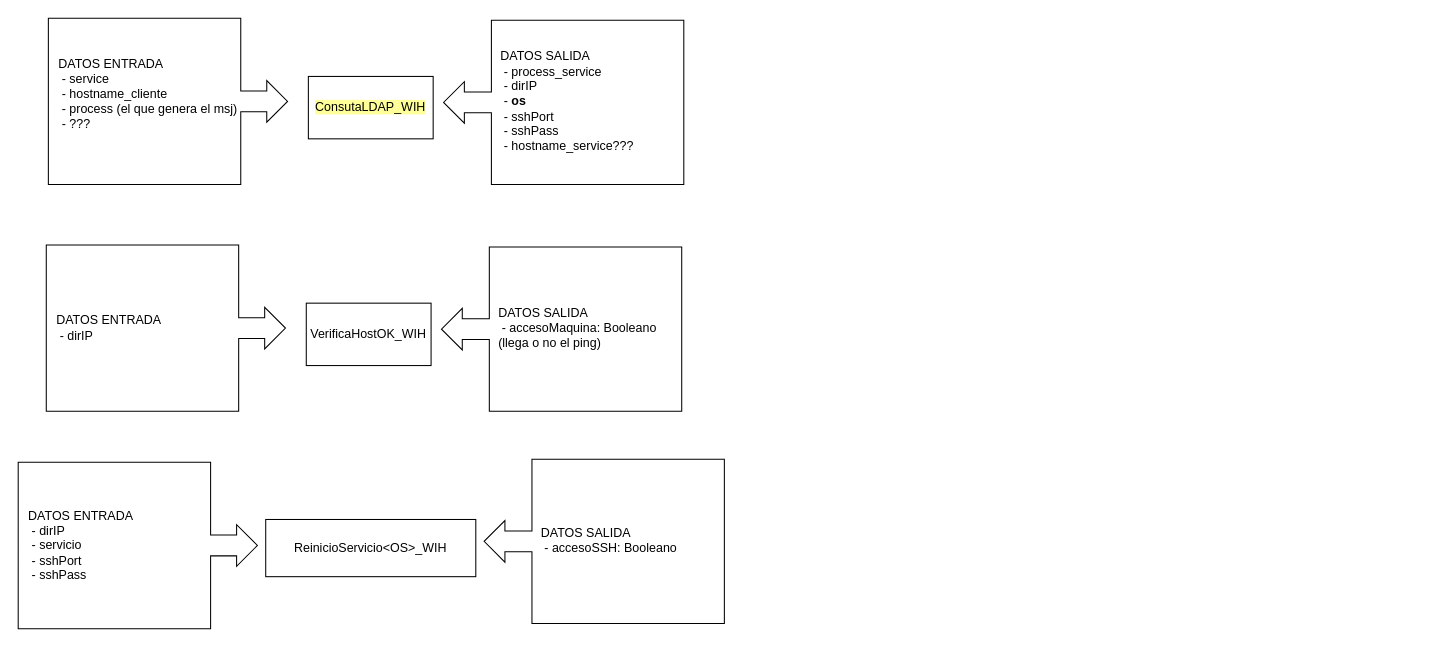
Earlier version of the draw.io diagram page "WIH" (3 of 3) of esquemaProcesos.drawio (MarianaReyesH/gestionRed). Source tidied: cells renumbered, new cells numbered last; positions are measured from the earlier drawing's top-left corner, leaving out a move shared by most shapes. Both pictures are drawn from the tidied source at 104%, with x=0, y=0 at pixel (18, 18).
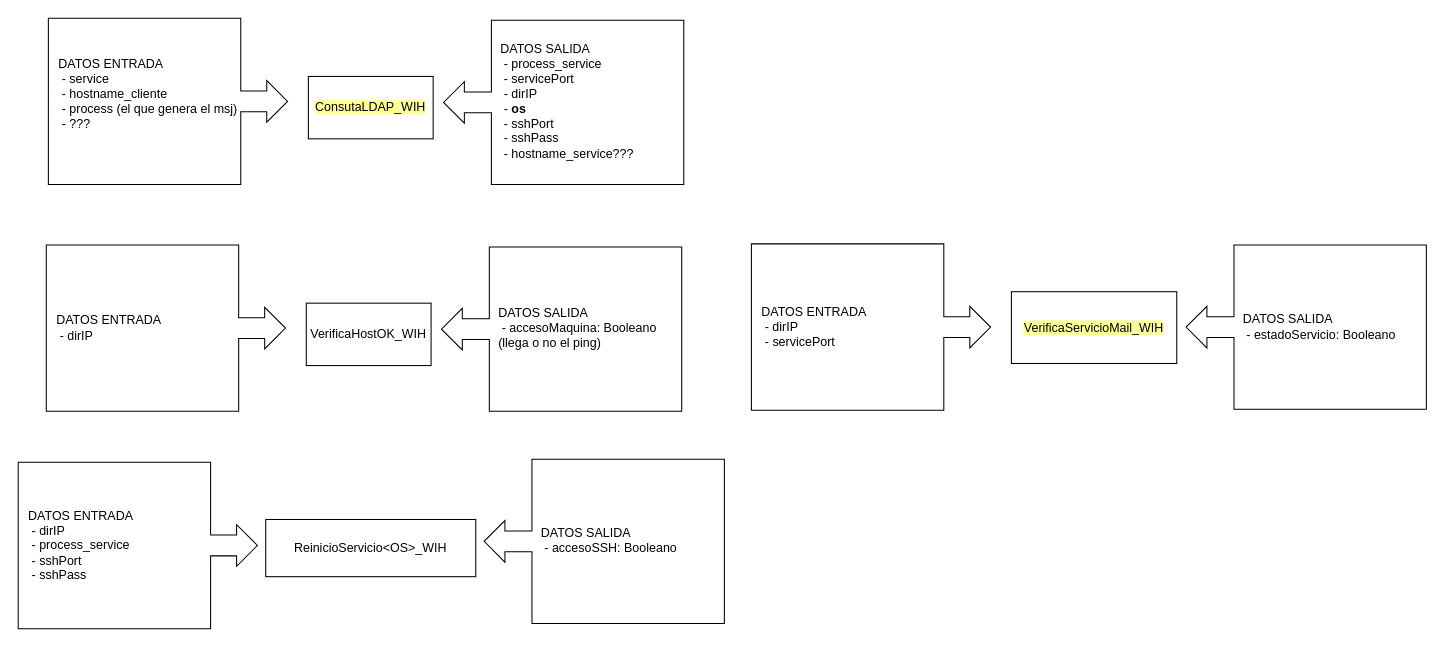
Above is the later version.

The edit, as a diff of the source:
```diff
@@
-    <mxCell id="6" value="DATOS SALIDA&lt;div&gt;&amp;nbsp;- process_service&lt;/div&gt;&lt;div&gt;&amp;nbsp;- dirIP&lt;/div&gt;&lt;div&gt;&amp;nbsp;-&amp;nbsp;&lt;b&gt;os&lt;/b&gt;&lt;br&gt;&lt;div&gt;&lt;span style=&quot;background-color: initial;&quot;&gt;&amp;nbsp;- sshPort&lt;/span&gt;&lt;br&gt;&lt;/div&gt;&lt;/div&gt;&lt;div&gt;&lt;span style=&quot;background-color: initial;&quot;&gt;&amp;nbsp;- sshPass&lt;/span&gt;&lt;/div&gt;&lt;div&gt;&lt;div&gt;&amp;nbsp;- hostname_service???&lt;/div&gt;&lt;/div&gt;" style="text;html=1;align=left;verticalAlign=middle;whiteSpace=wrap;rounded=0;" parent="1" vertex="1">
+    <mxCell id="6" value="DATOS SALIDA&lt;div&gt;&amp;nbsp;- process_service&lt;/div&gt;&lt;div&gt;&amp;nbsp;- servicePort&lt;/div&gt;&lt;div&gt;&amp;nbsp;- dirIP&lt;/div&gt;&lt;div&gt;&amp;nbsp;-&amp;nbsp;&lt;b&gt;os&lt;/b&gt;&lt;br&gt;&lt;div&gt;&lt;span style=&quot;background-color: initial;&quot;&gt;&amp;nbsp;- sshPort&lt;/span&gt;&lt;br&gt;&lt;/div&gt;&lt;/div&gt;&lt;div&gt;&lt;span style=&quot;background-color: initial;&quot;&gt;&amp;nbsp;- sshPass&lt;/span&gt;&lt;/div&gt;&lt;div&gt;&lt;div&gt;&amp;nbsp;- hostname_service???&lt;/div&gt;&lt;/div&gt;" style="text;html=1;align=left;verticalAlign=middle;whiteSpace=wrap;rounded=0;" parent="1" vertex="1">
       <mxGeometry x="462" width="184" height="159" as="geometry" />
     </mxCell>
@@
-    <mxCell id="14" value="DATOS ENTRADA&lt;div&gt;&amp;nbsp;- dirIP&lt;/div&gt;&lt;div&gt;&amp;nbsp;- servicio&lt;/div&gt;&lt;div&gt;&amp;nbsp;- sshPort&lt;/div&gt;&lt;div&gt;&amp;nbsp;- sshPass&lt;br&gt;&lt;/div&gt;" style="text;html=1;align=left;verticalAlign=middle;whiteSpace=wrap;rounded=0;" parent="1" vertex="1">
+    <mxCell id="14" value="DATOS ENTRADA&lt;div&gt;&amp;nbsp;- dirIP&lt;/div&gt;&lt;div&gt;&amp;nbsp;-&amp;nbsp;&lt;span style=&quot;background-color: initial;&quot;&gt;process_service&lt;/span&gt;&lt;/div&gt;&lt;div&gt;&amp;nbsp;- sshPort&lt;/div&gt;&lt;div&gt;&amp;nbsp;- sshPass&lt;br&gt;&lt;/div&gt;" style="text;html=1;align=left;verticalAlign=middle;whiteSpace=wrap;rounded=0;" parent="1" vertex="1">
       <mxGeometry x="8" y="427" width="184" height="159" as="geometry" />
     </mxCell>
@@
+    <mxCell id="17" value="&lt;div&gt;&lt;span style=&quot;background-color: rgb(255, 255, 153);&quot;&gt;VerificaServicioMail_WIH&lt;/span&gt;&lt;/div&gt;" style="rounded=0;whiteSpace=wrap;html=1;" parent="1" vertex="1">
+      <mxGeometry x="955" y="263" width="159" height="69" as="geometry" />
+    </mxCell>
+    <mxCell id="18" style="html=1;shadow=0;dashed=0;align=center;verticalAlign=middle;shape=mxgraph.arrows2.calloutArrow;dy=10;dx=20;notch=185;arrowHead=10;" parent="1" vertex="1">
+      <mxGeometry x="705" y="217" width="230" height="160" as="geometry" />
+    </mxCell>
+    <mxCell id="19" value="DATOS ENTRADA&lt;div&gt;&amp;nbsp;- dirIP&lt;/div&gt;&lt;div&gt;&amp;nbsp;-&amp;nbsp;&lt;span style=&quot;background-color: initial;&quot;&gt;servicePort&lt;/span&gt;&lt;/div&gt;" style="text;html=1;align=left;verticalAlign=middle;whiteSpace=wrap;rounded=0;" parent="1" vertex="1">
+      <mxGeometry x="713" y="217" width="184" height="159" as="geometry" />
+    </mxCell>
+    <mxCell id="20" style="html=1;shadow=0;dashed=0;align=center;verticalAlign=middle;shape=mxgraph.arrows2.calloutArrow;dy=10;dx=20;notch=185;arrowHead=10;rotation=-180;" parent="1" vertex="1">
+      <mxGeometry x="1123" y="218" width="231" height="158" as="geometry" />
+    </mxCell>
+    <mxCell id="21" value="DATOS SALIDA&lt;div&gt;&amp;nbsp;- estadoServicio: Booleano&lt;/div&gt;" style="text;html=1;align=left;verticalAlign=middle;whiteSpace=wrap;rounded=0;" parent="1" vertex="1">
+      <mxGeometry x="1176" y="214" width="171" height="165" as="geometry" />
+    </mxCell>
```
